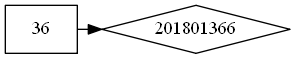
Above: Graphics/HashTable.png in Guillermo-O-C/EDD_1S20200_PY2_201801366 (Graphviz), before the change. Its source is kept beside it as TextFiles/HashTable.dot.
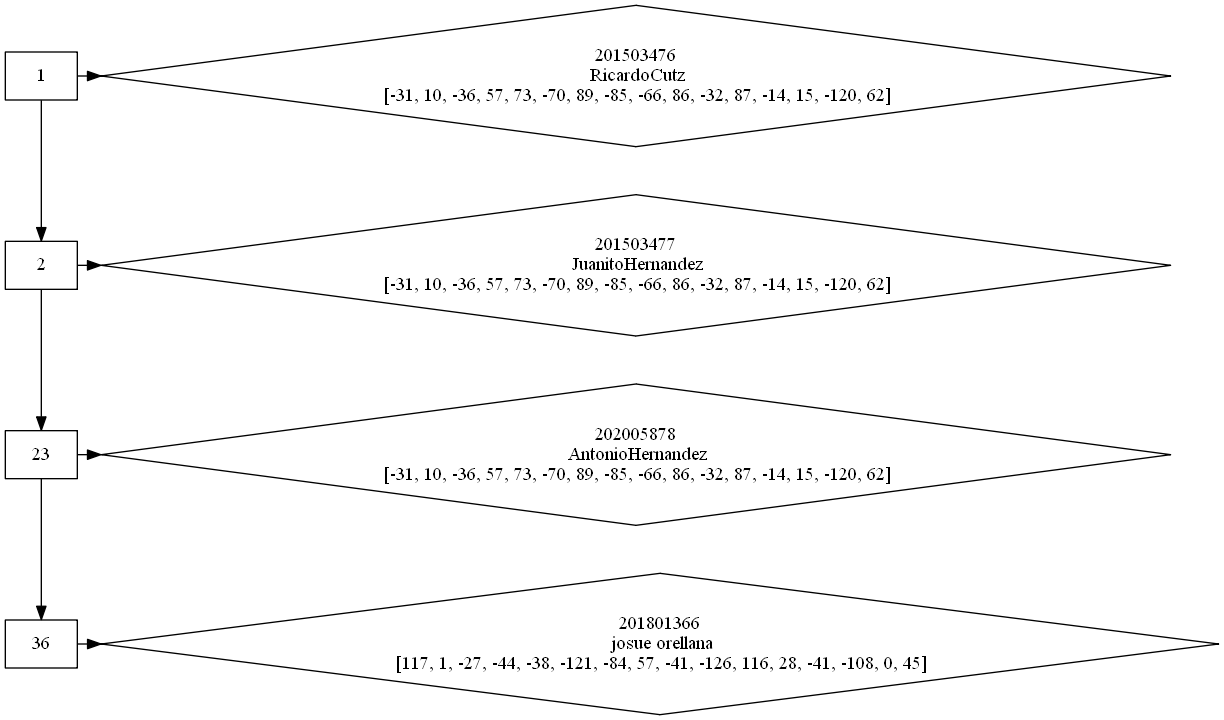
After the commit.

The edit, as a diff of the source:
```diff
@@ -1,6 +1,12 @@
 digraph G {
  node[shape=diamond]
-Slot_36;Slot_36->201801366[constraint=true];
+Slot_1->Slot_2->Slot_23->Slot_36;Slot_1->201503476[constraint=true];
+Slot_2->201503477[constraint=true];
+Slot_23->202005878[constraint=true];
+Slot_36->201801366[constraint=true];
+{rank=same Slot_1 201503476}
+{rank=same Slot_2 201503477}
+{rank=same Slot_23 202005878}
 {rank=same Slot_36 201801366}
-Slot_36[label="36" shape=box];
+Slot_1[label="1" shape=box];201503476[label="201503476\n RicardoCutz\n [-31, 10, -36, 57, 73, -70, 89, -85, -66, 86, -32, 87, -14, 15, -120, 62]"]Slot_2[label="2" shape=box];201503477[label="201503477\n JuanitoHernandez\n [-31, 10, -36, 57, 73, -70, 89, -85, -66, 86, -32, 87, -14, 15, -120, 62]"]Slot_23[label="23" shape=box];202005878[label="202005878\n AntonioHernandez\n [-31, 10, -36, 57, 73, -70, 89, -85, -66, 86, -32, 87, -14, 15, -120, 62]"]Slot_36[label="36" shape=box];201801366[label="201801366\n josue orellana\n [117, 1, -27, -44, -38, -121, -84, 57, -41, -126, 116, 28, -41, -108, 0, 45]"]
 }}
```
